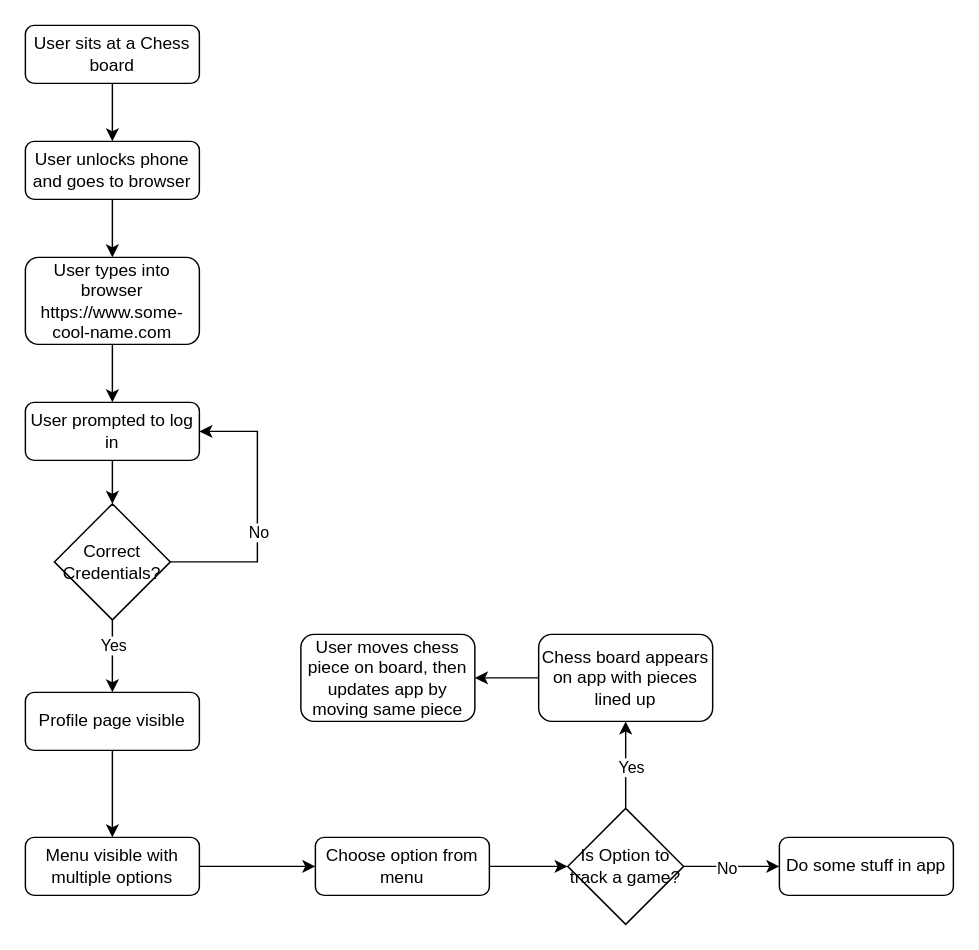
This is basic-flow.drawio from adik7111/chess-game-tracker, a draw.io file, before an edit. Source tidied: cells renumbered, new cells numbered last; positions are measured from the earlier drawing's top-left corner, leaving out a move shared by most shapes. Both pictures are drawn from the tidied source at 145%, with x=0, y=0 at pixel (25, 25).
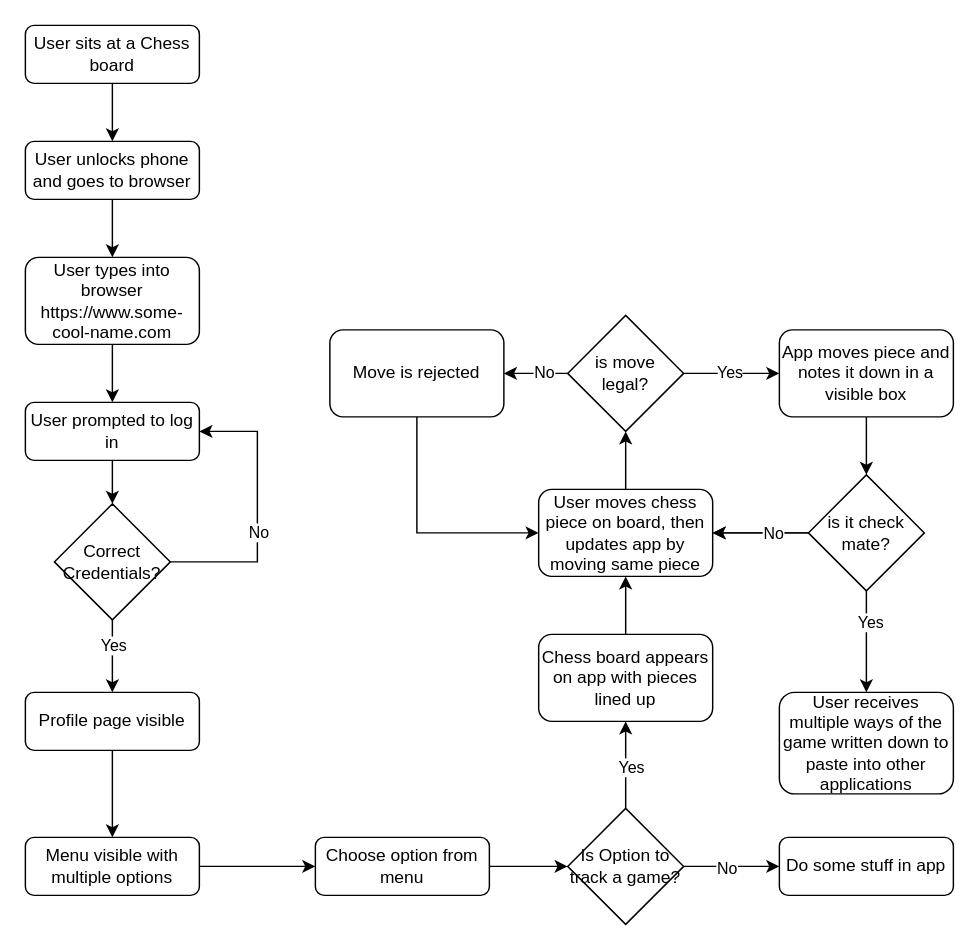
The same page after the edit.

The change refers to these unchanged cells:
```xml
<mxCell id="28" value="Chess board appears on app with pieces lined up" style="rounded=1;whiteSpace=wrap;html=1;fontSize=12;glass=0;strokeWidth=1;shadow=0;" parent="1" vertex="1">
  <mxGeometry x="354" y="420" width="120" height="60" as="geometry" />
</mxCell>
```

What changed in the source:
```diff
@@
-    <mxCell id="27" style="edgeStyle=orthogonalEdgeStyle;rounded=0;jettySize=auto;html=1;exitX=0;exitY=0.5;exitDx=0;exitDy=0;entryX=1;entryY=0.5;entryDx=0;entryDy=0;" parent="1" edge="1" source="28" target="29">
+    <mxCell id="27" style="edgeStyle=orthogonalEdgeStyle;rounded=0;jettySize=auto;html=1;exitX=0.5;exitY=0;exitDx=0;exitDy=0;entryX=0.5;entryY=1;entryDx=0;entryDy=0;" parent="1" edge="1" source="28" target="29">
       <mxGeometry relative="1" as="geometry" />
     </mxCell>
@@
+    <mxCell id="30" style="edgeStyle=orthogonalEdgeStyle;rounded=0;jettySize=auto;html=1;exitX=0.5;exitY=0;exitDx=0;exitDy=0;entryX=0.5;entryY=1;entryDx=0;entryDy=0;" parent="1" edge="1" source="29" target="35">
+      <mxGeometry relative="1" as="geometry" />
+    </mxCell>
     <mxCell id="29" value="User moves chess piece on board, then updates app by moving same piece" style="rounded=1;whiteSpace=wrap;html=1;fontSize=12;glass=0;strokeWidth=1;shadow=0;" parent="1" vertex="1">
-      <mxGeometry x="190" y="420" width="120" height="60" as="geometry" />
+      <mxGeometry x="354" y="320" width="120" height="60" as="geometry" />
     </mxCell>
+    <mxCell id="31" style="edgeStyle=orthogonalEdgeStyle;rounded=0;jettySize=auto;html=1;exitX=0;exitY=0.5;exitDx=0;exitDy=0;entryX=1;entryY=0.5;entryDx=0;entryDy=0;" parent="1" edge="1" source="35" target="39">
+      <mxGeometry relative="1" as="geometry" />
+    </mxCell>
+    <mxCell id="32" value="No" style="edgeLabel;html=1;align=center;verticalAlign=middle;" parent="31" vertex="1">
+      <mxGeometry x="-0.23" y="-1" relative="1" as="geometry" />
+    </mxCell>
+    <mxCell id="33" style="edgeStyle=orthogonalEdgeStyle;rounded=0;jettySize=auto;html=1;exitX=1;exitY=0.5;exitDx=0;exitDy=0;entryX=0;entryY=0.5;entryDx=0;entryDy=0;" parent="1" edge="1" source="35" target="37">
+      <mxGeometry relative="1" as="geometry" />
+    </mxCell>
+    <mxCell id="34" value="Yes" style="edgeLabel;html=1;align=center;verticalAlign=middle;" parent="33" vertex="1">
+      <mxGeometry x="-0.06" y="1" relative="1" as="geometry" />
+    </mxCell>
+    <mxCell id="35" value="is move &lt;br&gt;legal?" style="rhombus;whiteSpace=wrap;html=1;" parent="1" vertex="1">
+      <mxGeometry x="374" y="200" width="80" height="80" as="geometry" />
+    </mxCell>
+    <mxCell id="36" style="edgeStyle=orthogonalEdgeStyle;rounded=0;jettySize=auto;html=1;exitX=0.5;exitY=1;exitDx=0;exitDy=0;entryX=0.5;entryY=0;entryDx=0;entryDy=0;" parent="1" edge="1" source="37" target="43">
+      <mxGeometry relative="1" as="geometry" />
+    </mxCell>
+    <mxCell id="37" value="App moves piece and notes it down in a visible box" style="rounded=1;whiteSpace=wrap;html=1;fontSize=12;glass=0;strokeWidth=1;shadow=0;" parent="1" vertex="1">
+      <mxGeometry x="520" y="210" width="120" height="60" as="geometry" />
+    </mxCell>
+    <mxCell id="38" style="edgeStyle=orthogonalEdgeStyle;rounded=0;jettySize=auto;html=1;exitX=0.5;exitY=1;exitDx=0;exitDy=0;entryX=0;entryY=0.5;entryDx=0;entryDy=0;" parent="1" edge="1" source="39" target="29">
+      <mxGeometry relative="1" as="geometry" />
+    </mxCell>
+    <mxCell id="39" value="Move is rejected" style="rounded=1;whiteSpace=wrap;html=1;fontSize=12;glass=0;strokeWidth=1;shadow=0;" parent="1" vertex="1">
+      <mxGeometry x="210" y="210" width="120" height="60" as="geometry" />
+    </mxCell>
+    <mxCell id="40" style="edgeStyle=orthogonalEdgeStyle;rounded=0;jettySize=auto;html=1;exitX=0;exitY=0.5;exitDx=0;exitDy=0;entryX=1;entryY=0.5;entryDx=0;entryDy=0;" parent="1" edge="1" source="43" target="29">
+      <mxGeometry relative="1" as="geometry" />
+    </mxCell>
+    <mxCell id="41" style="edgeStyle=orthogonalEdgeStyle;rounded=0;jettySize=auto;html=1;exitX=0.5;exitY=1;exitDx=0;exitDy=0;entryX=0.5;entryY=0;entryDx=0;entryDy=0;" parent="1" edge="1" source="43" target="46">
+      <mxGeometry relative="1" as="geometry" />
+    </mxCell>
+    <mxCell id="42" value="Yes" style="edgeLabel;html=1;align=center;verticalAlign=middle;" parent="41" vertex="1">
+      <mxGeometry x="-0.4" y="2" relative="1" as="geometry" />
+    </mxCell>
+    <mxCell id="43" value="is it check mate?" style="rhombus;whiteSpace=wrap;html=1;" parent="1" vertex="1">
+      <mxGeometry x="540" y="310" width="80" height="80" as="geometry" />
+    </mxCell>
+    <mxCell id="44" style="edgeStyle=orthogonalEdgeStyle;rounded=0;jettySize=auto;html=1;exitX=0;exitY=0.5;exitDx=0;exitDy=0;entryX=1;entryY=0.5;entryDx=0;entryDy=0;" parent="1" edge="1" source="43" target="29">
+      <mxGeometry relative="1" as="geometry">
+        <Array as="points">
+          <mxPoint x="510" y="350" />
+          <mxPoint x="510" y="350" />
+        </Array>
+      </mxGeometry>
+    </mxCell>
+    <mxCell id="45" value="No" style="edgeLabel;html=1;align=center;verticalAlign=middle;" parent="44" vertex="1">
+      <mxGeometry x="-0.24" y="3" relative="1" as="geometry">
+        <mxPoint y="-3" as="offset" />
+      </mxGeometry>
+    </mxCell>
+    <mxCell id="46" value="User receives multiple ways of the game written down to paste into other applications" style="rounded=1;whiteSpace=wrap;html=1;fontSize=12;glass=0;strokeWidth=1;shadow=0;" parent="1" vertex="1">
+      <mxGeometry x="520" y="460" width="120" height="70" as="geometry" />
+    </mxCell>
```
